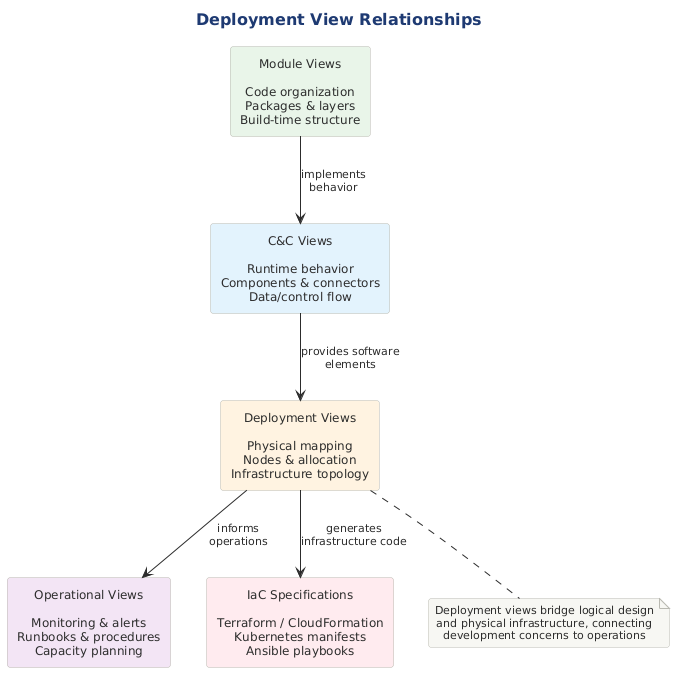
The PlantUML diagram src/architecture/views-and-beyond/style-catalogs/allocation/deployment-style/png/deployment-view-relationships.png in Notoriousjayy/latex-docs, before a commit.
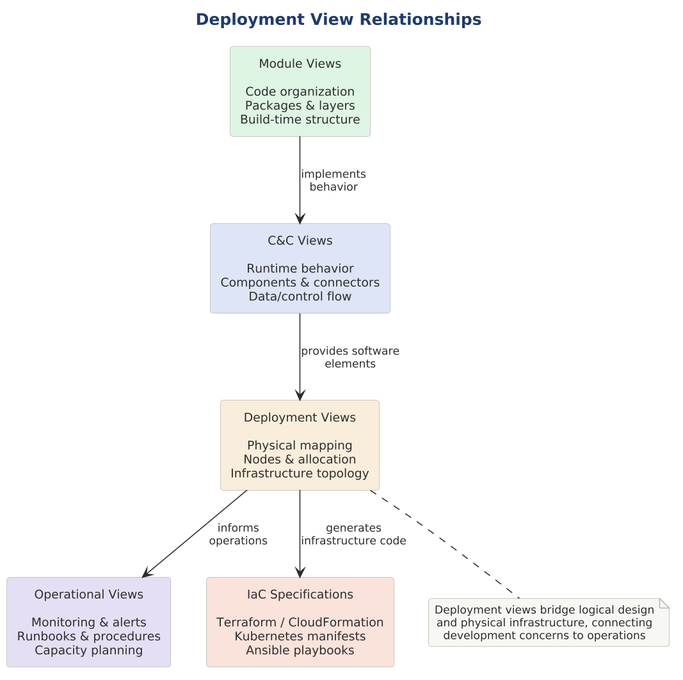
After the change.

What changed in the source:
```diff
@@ -1,18 +1,23 @@
 @startuml
+
+skinparam dpi 150
+
+
+
 
 title Deployment View Relationships
 
 !include ../../../../../../tooling/styles/plantuml/structural/component-diagram-style.iuml
 
-rectangle "Module Views\n\nCode organization\nPackages & layers\nBuild-time structure" as module #E8F5E9
+rectangle "Module Views\n\nCode organization\nPackages & layers\nBuild-time structure" as module $fill_ok
 
-rectangle "C&C Views\n\nRuntime behavior\nComponents & connectors\nData/control flow" as cc #E3F2FD
+rectangle "C&C Views\n\nRuntime behavior\nComponents & connectors\nData/control flow" as cc $fill_primary
 
-rectangle "Deployment Views\n\nPhysical mapping\nNodes & allocation\nInfrastructure topology" as deploy #FFF3E0
+rectangle "Deployment Views\n\nPhysical mapping\nNodes & allocation\nInfrastructure topology" as deploy $fill_caution
 
-rectangle "Operational Views\n\nMonitoring & alerts\nRunbooks & procedures\nCapacity planning" as ops #F3E5F5
+rectangle "Operational Views\n\nMonitoring & alerts\nRunbooks & procedures\nCapacity planning" as ops $fill_alt
 
-rectangle "IaC Specifications\n\nTerraform / CloudFormation\nKubernetes manifests\nAnsible playbooks" as iac #FFEBEE
+rectangle "IaC Specifications\n\nTerraform / CloudFormation\nKubernetes manifests\nAnsible playbooks" as iac $fill_invalid
 
 module --> cc : implements\nbehavior
 cc --> deploy : provides software\nelements
```
